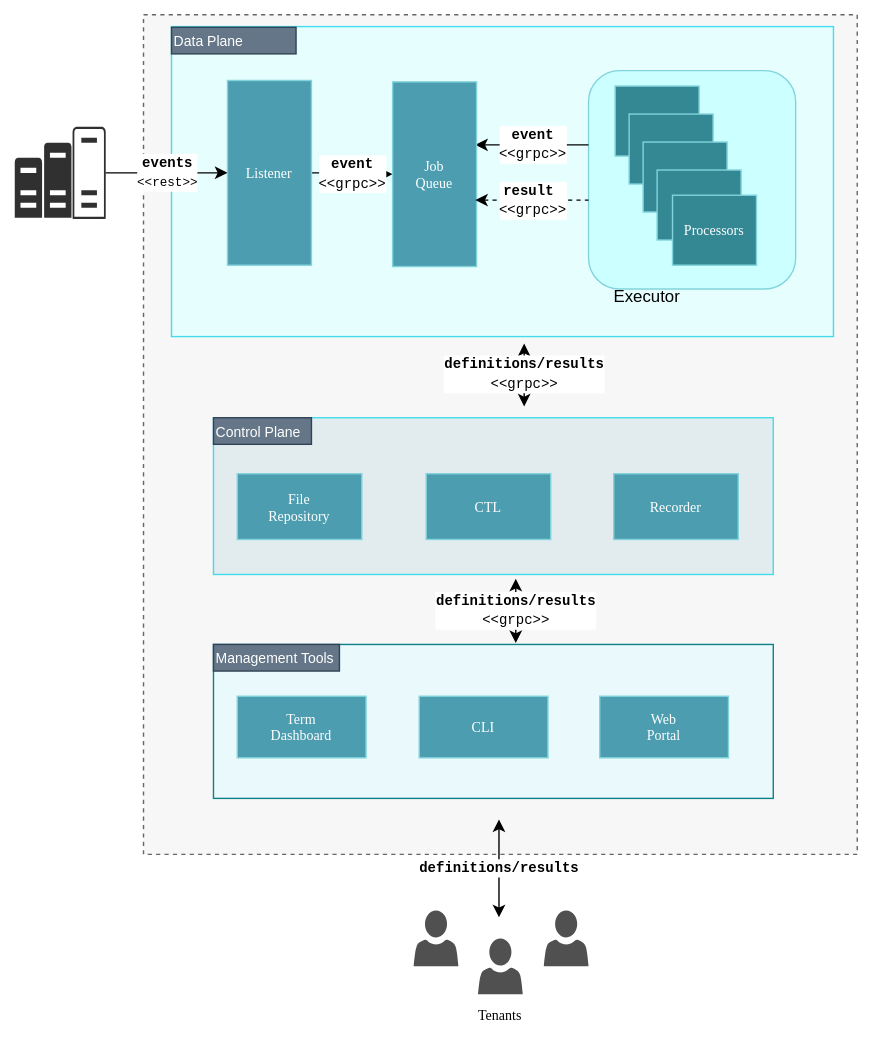
Above: docs/img/architecture.svg in andrescosta/jobico-fn (draw.io), before the change. Source tidied: cells renumbered, new cells last; positions are measured from the earlier drawing's top-left corner, leaving out a move shared by most shapes. Its diagram source:
```xml
<mxGraphModel>
  <root>
    <mxCell id="0" />
    <mxCell id="1" parent="0" />
    <mxCell id="2" style="rounded=0;whiteSpace=wrap;html=1;dashed=1;fillColor=#F7F7F7;fontColor=#333333;strokeColor=#666666;" parent="1" vertex="1">
      <mxGeometry x="92" width="510" height="600" as="geometry" />
    </mxCell>
    <mxCell id="3" style="rounded=0;whiteSpace=wrap;html=1;fillColor=#E6FFFE;strokeColor=#43DCEC;" parent="1" vertex="1">
      <mxGeometry x="112" y="8.5" width="473" height="221.5" as="geometry" />
    </mxCell>
    <mxCell id="4" style="rounded=1;whiteSpace=wrap;html=1;fillColor=#CCFFFF;glass=0;strokeColor=#82D3DC;" parent="1" vertex="1">
      <mxGeometry x="410" y="40" width="148" height="156" as="geometry" />
    </mxCell>
    <mxCell id="5" style="rounded=0;whiteSpace=wrap;html=1;fillColor=#eaf9fb;strokeColor=#0e8088;" parent="1" vertex="1">
      <mxGeometry x="142" y="450" width="400" height="110" as="geometry" />
    </mxCell>
    <mxCell id="6" style="rounded=0;whiteSpace=wrap;html=1;fillColor=#E2ECEF;strokeColor=#43DCEC;" parent="1" vertex="1">
      <mxGeometry x="142" y="288" width="400" height="112" as="geometry" />
    </mxCell>
    <mxCell id="7" value="&lt;font style=&quot;font-size: 10px;&quot;&gt;event&lt;/font&gt;&lt;br&gt;&lt;div style=&quot;text-align: left;&quot;&gt;&lt;span style=&quot;font-size: 10px; font-weight: normal;&quot;&gt;&amp;lt;&amp;lt;grpc&amp;gt;&amp;gt;&lt;/span&gt;&lt;/div&gt;" style="edgeStyle=orthogonalEdgeStyle;rounded=0;jettySize=auto;html=1;fontFamily=Courier New;fontStyle=1;" parent="1" edge="1" source="8" target="10">
      <mxGeometry relative="1" as="geometry" />
    </mxCell>
    <mxCell id="8" value="Listener" style="rounded=0;whiteSpace=wrap;html=1;fillColor=#4D9DB0;strokeColor=#82D3DC;fontColor=#FFFFFF;fontFamily=Lucida Console;fontSize=10;" parent="1" vertex="1">
      <mxGeometry x="152" y="47" width="60" height="132" as="geometry" />
    </mxCell>
    <mxCell id="9" value="&lt;font style=&quot;font-size: 10px;&quot;&gt;event&lt;/font&gt;&lt;br&gt;&lt;span style=&quot;font-weight: normal;&quot;&gt;&lt;font style=&quot;font-size: 10px;&quot;&gt;&amp;lt;&amp;lt;grpc&amp;gt;&amp;gt;&lt;/font&gt;&lt;/span&gt;" style="edgeStyle=orthogonalEdgeStyle;rounded=0;orthogonalLoop=1;jettySize=auto;html=1;entryX=0;entryY=0.5;entryDx=0;entryDy=0;endArrow=none;endFill=0;startArrow=classic;startFill=1;fontFamily=Courier New;fontStyle=1;" parent="1" edge="1">
      <mxGeometry relative="1" as="geometry">
        <mxPoint x="329" y="93" as="sourcePoint" />
        <mxPoint x="410" y="93" as="targetPoint" />
      </mxGeometry>
    </mxCell>
    <mxCell id="10" value="Job&lt;br style=&quot;font-size: 10px;&quot;&gt;Queue" style="rounded=0;whiteSpace=wrap;html=1;fillColor=#4D9DB0;strokeColor=#82D3DC;fontColor=#FFFFFF;align=center;verticalAlign=middle;fontFamily=Lucida Console;fontSize=10;" parent="1" vertex="1">
      <mxGeometry x="270" y="48" width="60" height="132" as="geometry" />
    </mxCell>
    <mxCell id="11" style="rounded=0;whiteSpace=wrap;html=1;fillColor=#348893;strokeColor=#82D3DC;fontColor=#FFFFFF;align=center;verticalAlign=middle;fontFamily=Helvetica;fontSize=10;" parent="1" vertex="1">
      <mxGeometry x="429" y="51" width="60" height="50" as="geometry" />
    </mxCell>
    <mxCell id="12" style="rounded=0;whiteSpace=wrap;html=1;fillColor=#348893;strokeColor=#82D3DC;fontColor=#FFFFFF;align=center;verticalAlign=middle;fontFamily=Helvetica;fontSize=10;" parent="1" vertex="1">
      <mxGeometry x="439" y="71" width="60" height="50" as="geometry" />
    </mxCell>
    <mxCell id="13" style="rounded=0;whiteSpace=wrap;html=1;fillColor=#348893;strokeColor=#82D3DC;fontColor=#FFFFFF;align=center;verticalAlign=middle;fontFamily=Helvetica;fontSize=10;" parent="1" vertex="1">
      <mxGeometry x="449" y="91" width="60" height="50" as="geometry" />
    </mxCell>
    <mxCell id="14" style="rounded=0;whiteSpace=wrap;html=1;fillColor=#348893;strokeColor=#82D3DC;fontColor=#FFFFFF;align=center;verticalAlign=middle;fontFamily=Helvetica;fontSize=10;" parent="1" vertex="1">
      <mxGeometry x="459" y="111" width="60" height="50" as="geometry" />
    </mxCell>
    <mxCell id="15" value="Processors" style="rounded=0;whiteSpace=wrap;html=1;fillColor=#348893;strokeColor=#82D3DC;fontColor=#FFFFFF;fontSize=10;align=center;verticalAlign=middle;fontFamily=Lucida Console;" parent="1" vertex="1">
      <mxGeometry x="470" y="129" width="60" height="50" as="geometry" />
    </mxCell>
    <mxCell id="16" value="File&lt;br style=&quot;font-size: 10px;&quot;&gt;Repository" style="rounded=0;whiteSpace=wrap;html=1;fillColor=#4D9DB0;strokeColor=#82D3DC;fontColor=#FFFFFF;align=center;verticalAlign=middle;fontFamily=Lucida Console;fontSize=10;" parent="1" vertex="1">
      <mxGeometry x="159" y="328" width="89" height="47" as="geometry" />
    </mxCell>
    <mxCell id="17" value="CTL" style="rounded=0;whiteSpace=wrap;html=1;fillColor=#4D9DB0;strokeColor=#82D3DC;fontColor=#FFFFFF;align=center;verticalAlign=middle;fontFamily=Lucida Console;fontSize=10;" parent="1" vertex="1">
      <mxGeometry x="294" y="328" width="89" height="47" as="geometry" />
    </mxCell>
    <mxCell id="18" value="Recorder" style="rounded=0;whiteSpace=wrap;html=1;fillColor=#4D9DB0;strokeColor=#82D3DC;fontColor=#FFFFFF;align=center;verticalAlign=middle;fontFamily=Lucida Console;fontSize=10;" parent="1" vertex="1">
      <mxGeometry x="428" y="328" width="89" height="47" as="geometry" />
    </mxCell>
    <mxCell id="19" value="CLI" style="rounded=0;whiteSpace=wrap;html=1;fillColor=#4D9DB0;strokeColor=#82D3DC;fontColor=#FFFFFF;align=center;verticalAlign=middle;fontFamily=Lucida Console;fontSize=10;" parent="1" vertex="1">
      <mxGeometry x="289" y="487" width="92" height="44" as="geometry" />
    </mxCell>
    <mxCell id="20" value="Term&lt;br style=&quot;font-size: 10px;&quot;&gt;Dashboard" style="rounded=0;whiteSpace=wrap;html=1;fillColor=#4D9DB0;strokeColor=#82D3DC;fontColor=#FFFFFF;align=center;verticalAlign=middle;fontFamily=Lucida Console;fontSize=10;" parent="1" vertex="1">
      <mxGeometry x="159" y="487" width="92" height="44" as="geometry" />
    </mxCell>
    <mxCell id="21" value="Web &lt;br style=&quot;font-size: 10px;&quot;&gt;Portal" style="rounded=0;whiteSpace=wrap;html=1;fillColor=#4D9DB0;strokeColor=#82D3DC;fontColor=#FFFFFF;align=center;verticalAlign=middle;fontFamily=Lucida Console;fontSize=10;" parent="1" vertex="1">
      <mxGeometry x="418" y="487" width="92" height="44" as="geometry" />
    </mxCell>
    <mxCell id="22" value="Control Plane" style="rounded=0;whiteSpace=wrap;html=1;align=left;fillColor=#647687;fontColor=#ffffff;strokeColor=#314354;fontSize=10;" parent="1" vertex="1">
      <mxGeometry x="142" y="288" width="70" height="19" as="geometry" />
    </mxCell>
    <mxCell id="23" value="&lt;font style=&quot;font-size: 10px;&quot;&gt;definitions/results&lt;/font&gt;&lt;br style=&quot;font-size: 11px;&quot;&gt;&lt;font style=&quot;font-size: 10px; font-weight: normal;&quot;&gt;&amp;lt;&amp;lt;grpc&amp;gt;&amp;gt;&lt;/font&gt;" style="edgeStyle=elbowEdgeStyle;rounded=0;elbow=horizontal;html=1;labelBackgroundColor=#ffffff;startArrow=classic;startFill=1;startSize=6;endArrow=classic;endFill=1;endSize=6;jettySize=auto;orthogonalLoop=1;strokeWidth=1;fontSize=11;fontFamily=Courier New;fontStyle=1;" parent="1" edge="1">
      <mxGeometry relative="1" as="geometry">
        <mxPoint x="364" y="280" as="sourcePoint" />
        <mxPoint x="364" y="235" as="targetPoint" />
      </mxGeometry>
    </mxCell>
    <mxCell id="24" value="Management Tools" style="rounded=0;whiteSpace=wrap;html=1;align=left;fillColor=#647687;strokeColor=#314354;fontColor=#ffffff;fontSize=10;verticalAlign=middle;fontFamily=Helvetica;" parent="1" vertex="1">
      <mxGeometry x="142" y="450" width="90" height="19" as="geometry" />
    </mxCell>
    <mxCell id="25" value="&lt;font style=&quot;font-size: 10px;&quot;&gt;definitions/results&lt;/font&gt;&lt;br style=&quot;font-size: 11px;&quot;&gt;&lt;font style=&quot;font-size: 10px; font-weight: normal;&quot;&gt;&amp;lt;&amp;lt;grpc&amp;gt;&amp;gt;&lt;/font&gt;" style="edgeStyle=elbowEdgeStyle;rounded=0;elbow=horizontal;html=1;labelBackgroundColor=#ffffff;startArrow=classic;startFill=1;startSize=6;endArrow=classic;endFill=1;endSize=6;jettySize=auto;orthogonalLoop=1;strokeWidth=1;fontSize=11;fontFamily=Courier New;fontStyle=1;" parent="1" edge="1">
      <mxGeometry relative="1" as="geometry">
        <mxPoint x="358" y="449" as="sourcePoint" />
        <mxPoint x="357.5" y="403" as="targetPoint" />
      </mxGeometry>
    </mxCell>
    <mxCell id="26" value="Data Plane" style="rounded=0;whiteSpace=wrap;html=1;align=left;fillColor=#647687;fontColor=#ffffff;strokeColor=#314354;fontSize=10;verticalAlign=middle;fontFamily=Helvetica;" parent="1" vertex="1">
      <mxGeometry x="112" y="9" width="89" height="19" as="geometry" />
    </mxCell>
    <mxCell id="27" style="sketch=0;shadow=0;dashed=0;html=1;strokeColor=none;labelPosition=center;verticalLabelPosition=bottom;verticalAlign=top;align=center;fillColor=#303030;shape=mxgraph.mscae.oms.capacity;" parent="1" vertex="1">
      <mxGeometry y="80" width="65" height="66" as="geometry" />
    </mxCell>
    <mxCell id="28" style="sketch=0;shadow=0;dashed=0;html=1;strokeColor=none;labelPosition=center;verticalLabelPosition=bottom;verticalAlign=top;align=center;fillColor=#505050;shape=mxgraph.mscae.intune.account_portal;" parent="1" vertex="1">
      <mxGeometry x="331" y="660" width="32" height="40" as="geometry" />
    </mxCell>
    <mxCell id="29" style="sketch=0;shadow=0;dashed=0;html=1;strokeColor=none;labelPosition=center;verticalLabelPosition=bottom;verticalAlign=top;align=center;fillColor=#505050;shape=mxgraph.mscae.intune.account_portal;" parent="1" vertex="1">
      <mxGeometry x="378" y="640" width="32" height="40" as="geometry" />
    </mxCell>
    <mxCell id="30" style="sketch=0;shadow=0;dashed=0;html=1;strokeColor=none;labelPosition=center;verticalLabelPosition=bottom;verticalAlign=top;align=center;fillColor=#505050;shape=mxgraph.mscae.intune.account_portal;" parent="1" vertex="1">
      <mxGeometry x="285" y="640" width="32" height="40" as="geometry" />
    </mxCell>
    <mxCell id="31" value="&lt;font style=&quot;font-size: 10px;&quot;&gt;definitions/results&lt;/font&gt;" style="edgeStyle=elbowEdgeStyle;rounded=0;elbow=vertical;html=1;labelBackgroundColor=#ffffff;startArrow=classic;startFill=1;startSize=6;endArrow=classic;endFill=1;endSize=6;jettySize=auto;orthogonalLoop=1;strokeWidth=1;fontSize=11;fontFamily=Courier New;fontStyle=1;" parent="1" edge="1">
      <mxGeometry relative="1" as="geometry">
        <mxPoint x="346" y="645" as="sourcePoint" />
        <mxPoint x="346" y="575" as="targetPoint" />
      </mxGeometry>
    </mxCell>
    <mxCell id="32" value="&lt;font style=&quot;font-size: 10px;&quot;&gt;result&amp;nbsp;&lt;/font&gt;&lt;br&gt;&lt;font style=&quot;font-size: 10px; font-weight: normal;&quot;&gt;&amp;lt;&amp;lt;grpc&amp;gt;&amp;gt;&lt;/font&gt;" style="edgeStyle=orthogonalEdgeStyle;rounded=0;orthogonalLoop=1;jettySize=auto;html=1;entryX=0;entryY=0.5;entryDx=0;entryDy=0;endArrow=none;endFill=0;startArrow=classic;startFill=1;dashed=1;fontFamily=Courier New;fontStyle=1;" parent="1" edge="1">
      <mxGeometry relative="1" as="geometry">
        <mxPoint x="329" y="132.5" as="sourcePoint" />
        <mxPoint x="410" y="132.5" as="targetPoint" />
      </mxGeometry>
    </mxCell>
    <mxCell id="33" value="&lt;font style=&quot;font-size: 10px;&quot;&gt;events&lt;/font&gt;&lt;br&gt;&lt;font style=&quot;font-weight: normal; font-size: 9px;&quot;&gt;&amp;lt;&amp;lt;rest&amp;gt;&amp;gt;&lt;/font&gt;" style="endArrow=classic;html=1;rounded=0;exitX=1;exitY=0.5;exitDx=0;exitDy=0;exitPerimeter=0;fontFamily=Courier New;fontStyle=1;" parent="1" edge="1" source="27" target="8">
      <mxGeometry relative="1" as="geometry" />
    </mxCell>
    <mxCell id="34" value="Executor" style="text;html=1;align=center;verticalAlign=middle;whiteSpace=wrap;rounded=0;fontColor=default;" parent="1" vertex="1">
      <mxGeometry x="422" y="187" width="60" height="30" as="geometry" />
    </mxCell>
    <mxCell id="35" value="Tenants" style="text;html=1;align=center;verticalAlign=middle;whiteSpace=wrap;rounded=0;fontFamily=Lucida Console;fontSize=10;" parent="1" vertex="1">
      <mxGeometry x="317" y="700" width="60" height="30" as="geometry" />
    </mxCell>
  </root>
</mxGraphModel>
```
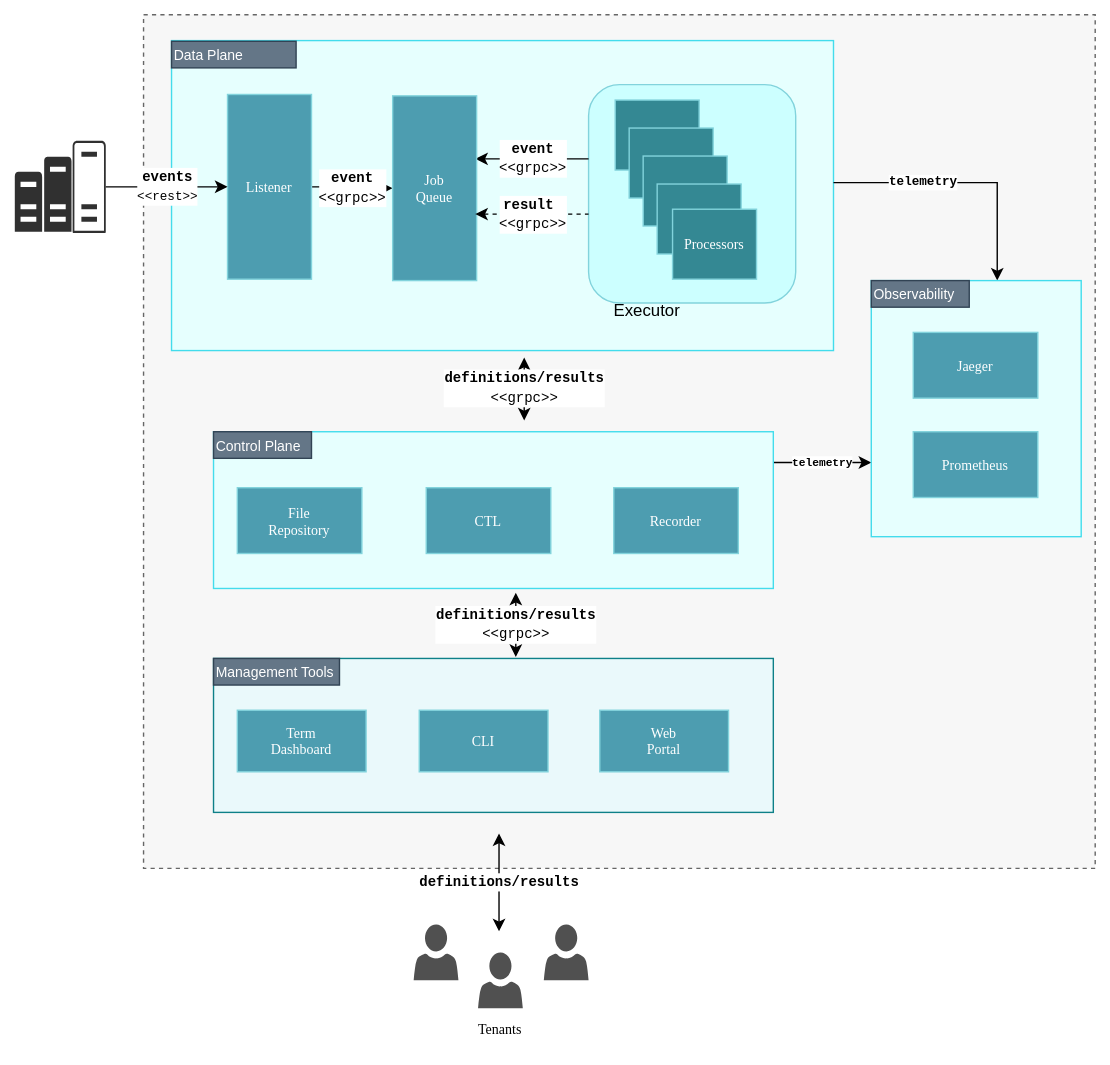
Later version of the same file.

Commit message:
updated arch diagram

What changed in the source:
```diff
@@ -3,7 +3,7 @@
     <mxCell id="0" />
     <mxCell id="1" parent="0" />
     <mxCell id="2" style="rounded=0;whiteSpace=wrap;html=1;dashed=1;fillColor=#F7F7F7;fontColor=#333333;strokeColor=#666666;" parent="1" vertex="1">
-      <mxGeometry x="92" width="510" height="600" as="geometry" />
+      <mxGeometry x="92" y="-10" width="680" height="610" as="geometry" />
     </mxCell>
     <mxCell id="3" style="rounded=0;whiteSpace=wrap;html=1;fillColor=#E6FFFE;strokeColor=#43DCEC;" parent="1" vertex="1">
       <mxGeometry x="112" y="8.5" width="473" height="221.5" as="geometry" />
@@ -14,7 +14,15 @@
     <mxCell id="5" style="rounded=0;whiteSpace=wrap;html=1;fillColor=#eaf9fb;strokeColor=#0e8088;" parent="1" vertex="1">
       <mxGeometry x="142" y="450" width="400" height="110" as="geometry" />
     </mxCell>
+    <mxCell id="36" value="telemetry" style="edgeStyle=orthogonalEdgeStyle;rounded=0;jettySize=auto;html=1;strokeColor=default;strokeWidth=1;align=center;verticalAlign=middle;fontFamily=Courier New;fontSize=8;fontColor=default;fontStyle=1;labelBackgroundColor=#ffffff;elbow=horizontal;startArrow=none;startFill=0;startSize=6;endArrow=classic;endFill=1;endSize=6;" parent="1" edge="1" source="6" target="38">
+      <mxGeometry relative="1" as="geometry">
+        <Array as="points">
+          <mxPoint x="602" y="310" />
+          <mxPoint x="602" y="310" />
+        </Array>
+      </mxGeometry>
+    </mxCell>
-    <mxCell id="6" style="rounded=0;whiteSpace=wrap;html=1;fillColor=#E2ECEF;strokeColor=#43DCEC;" parent="1" vertex="1">
+    <mxCell id="6" style="rounded=0;whiteSpace=wrap;html=1;fillColor=#E6FFFE;strokeColor=#43DCEC;align=center;verticalAlign=middle;fontFamily=Helvetica;fontSize=12;fontColor=default;" parent="1" vertex="1">
       <mxGeometry x="142" y="288" width="400" height="112" as="geometry" />
     </mxCell>
     <mxCell id="7" value="&lt;font style=&quot;font-size: 10px;&quot;&gt;event&lt;/font&gt;&lt;br&gt;&lt;div style=&quot;text-align: left;&quot;&gt;&lt;span style=&quot;font-size: 10px; font-weight: normal;&quot;&gt;&amp;lt;&amp;lt;grpc&amp;gt;&amp;gt;&lt;/span&gt;&lt;/div&gt;" style="edgeStyle=orthogonalEdgeStyle;rounded=0;jettySize=auto;html=1;fontFamily=Courier New;fontStyle=1;" parent="1" edge="1" source="8" target="10">
@@ -119,5 +127,24 @@
     <mxCell id="35" value="Tenants" style="text;html=1;align=center;verticalAlign=middle;whiteSpace=wrap;rounded=0;fontFamily=Lucida Console;fontSize=10;" parent="1" vertex="1">
       <mxGeometry x="317" y="700" width="60" height="30" as="geometry" />
     </mxCell>
+    <mxCell id="37" value="telemetry" style="edgeStyle=orthogonalEdgeStyle;rounded=0;jettySize=auto;html=1;endArrow=none;endFill=0;startArrow=classic;startFill=1;strokeColor=default;strokeWidth=1;align=center;verticalAlign=middle;fontFamily=Courier New;fontSize=9;fontColor=default;fontStyle=1;labelBackgroundColor=#ffffff;elbow=horizontal;startSize=6;endSize=6;" parent="1" edge="1" source="38" target="3">
+      <mxGeometry x="0.32" relative="1" as="geometry">
+        <Array as="points">
+          <mxPoint x="702" y="110" />
+        </Array>
+      </mxGeometry>
+    </mxCell>
+    <mxCell id="38" style="rounded=0;whiteSpace=wrap;html=1;fillColor=#E6FFFE;strokeColor=#43DCEC;align=center;verticalAlign=middle;fontFamily=Helvetica;fontSize=12;fontColor=default;" parent="1" vertex="1">
+      <mxGeometry x="612" y="180" width="150" height="183" as="geometry" />
+    </mxCell>
+    <mxCell id="39" value="Observability" style="rounded=0;whiteSpace=wrap;html=1;align=left;fillColor=#647687;fontColor=#ffffff;strokeColor=#314354;fontSize=10;" parent="1" vertex="1">
+      <mxGeometry x="612" y="180" width="70" height="19" as="geometry" />
+    </mxCell>
+    <mxCell id="40" value="Jaeger" style="rounded=0;whiteSpace=wrap;html=1;fillColor=#4D9DB0;strokeColor=#82D3DC;fontColor=#FFFFFF;align=center;verticalAlign=middle;fontFamily=Lucida Console;fontSize=10;" parent="1" vertex="1">
+      <mxGeometry x="642" y="217" width="89" height="47" as="geometry" />
+    </mxCell>
+    <mxCell id="41" value="Prometheus" style="rounded=0;whiteSpace=wrap;html=1;fillColor=#4D9DB0;strokeColor=#82D3DC;fontColor=#FFFFFF;align=center;verticalAlign=middle;fontFamily=Lucida Console;fontSize=10;" parent="1" vertex="1">
+      <mxGeometry x="642" y="288" width="89" height="47" as="geometry" />
+    </mxCell>
   </root>
 </mxGraphModel>
```
